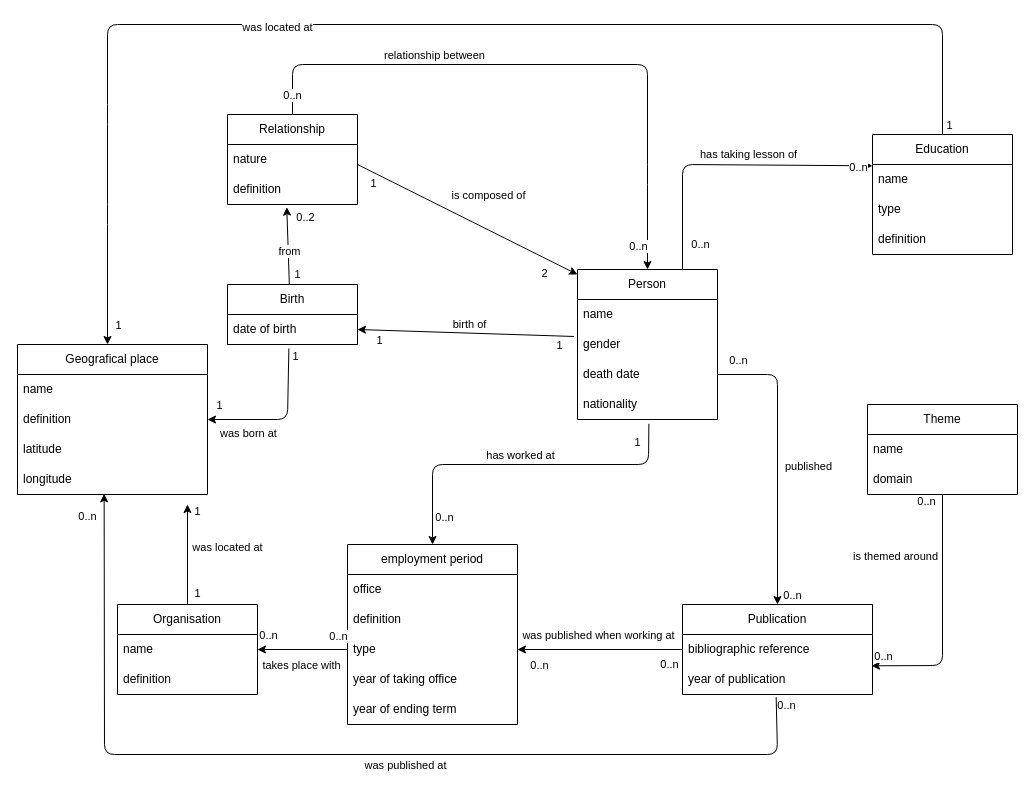
mroylem/archivist keeps this draw.io diagram as archivist.drawio. Above is the earlier version. Source tidied: cells renumbered, new cells numbered last; positions are measured from the earlier drawing's top-left corner, leaving out a move shared by most shapes. Both pictures are drawn from the tidied source at 100%, with x=0, y=0 at pixel (17, 24).
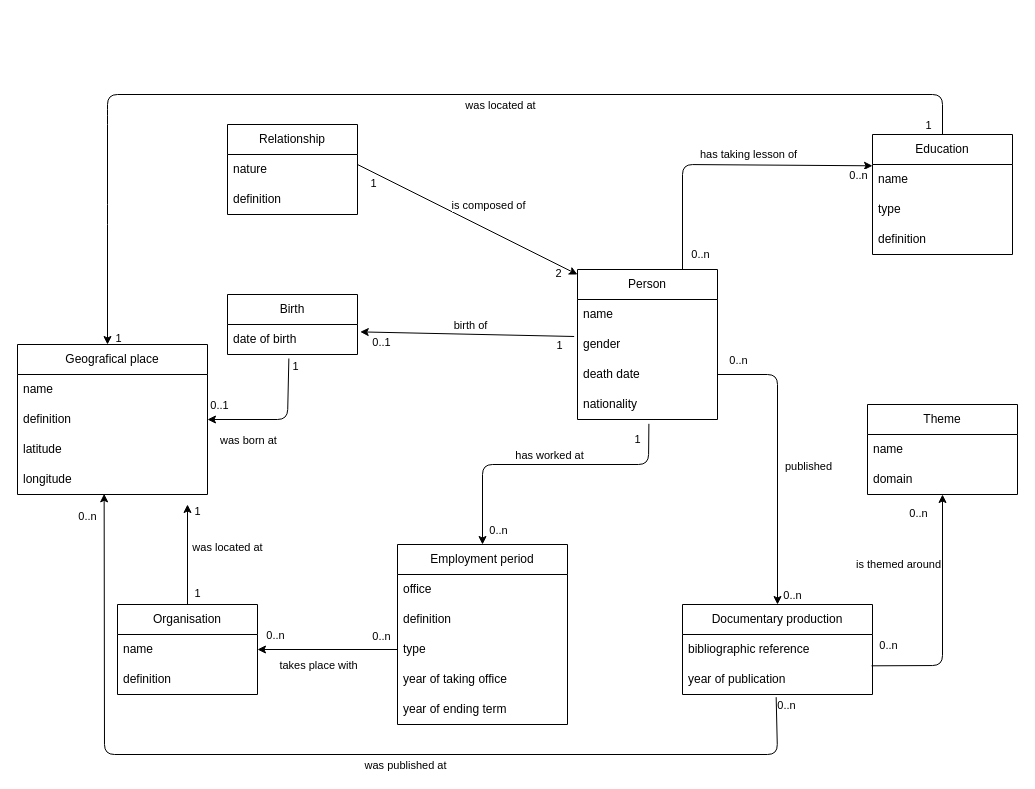
After the change.

Commit message (it also covers changes not shown here):
modification drawio et ajout doc .db

Unchanged cells that the change refers to:
```xml
<mxCell id="2" value="Person" style="swimlane;fontStyle=0;horizontal=1;startSize=30;whiteSpace=wrap;html=1;" parent="1" vertex="1">
  <mxGeometry x="560" y="245" width="140" height="150" as="geometry" />
</mxCell>
<mxCell id="4" value="gender" style="text;strokeColor=none;fillColor=none;align=left;verticalAlign=middle;spacingLeft=4;spacingRight=4;overflow=hidden;points=[[0,0.5],[1,0.5]];portConstraint=eastwest;whiteSpace=wrap;html=1;" parent="2" vertex="1">
  <mxGeometry y="60" width="140" height="30" as="geometry" />
</mxCell>
<mxCell id="6" value="nationality" style="text;strokeColor=none;fillColor=none;align=left;verticalAlign=middle;spacingLeft=4;spacingRight=4;overflow=hidden;points=[[0,0.5],[1,0.5]];portConstraint=eastwest;whiteSpace=wrap;html=1;" parent="2" vertex="1">
  <mxGeometry y="120" width="140" height="30" as="geometry" />
</mxCell>
<mxCell id="12" value="definition" style="text;strokeColor=none;fillColor=none;align=left;verticalAlign=middle;spacingLeft=4;spacingRight=4;overflow=hidden;points=[[0,0.5],[1,0.5]];portConstraint=eastwest;whiteSpace=wrap;html=1;" parent="10" vertex="1">
  <mxGeometry y="60" width="130" height="30" as="geometry" />
</mxCell>
<mxCell id="13" style="edgeStyle=none;html=1;exitX=1;exitY=0.5;exitDx=0;exitDy=0;entryX=0;entryY=0;entryDx=0;entryDy=0;" parent="1" edge="1">
  <mxGeometry relative="1" as="geometry">
    <mxPoint x="340" y="140" as="sourcePoint" />
    <mxPoint x="560" y="250" as="targetPoint" />
  </mxGeometry>
</mxCell>
<mxCell id="17" style="edgeStyle=none;html=1;entryX=0.021;entryY=0.044;entryDx=0;entryDy=0;entryPerimeter=0;exitX=0.75;exitY=0;exitDx=0;exitDy=0;" parent="1" edge="1" source="2">
  <mxGeometry relative="1" as="geometry">
    <mxPoint x="855" y="141.3" as="targetPoint" />
    <Array as="points">
      <mxPoint x="665" y="140" />
    </Array>
  </mxGeometry>
</mxCell>
<mxCell id="21" value="Education" style="swimlane;fontStyle=0;horizontal=1;startSize=30;whiteSpace=wrap;html=1;" parent="1" vertex="1">
  <mxGeometry x="855" y="110" width="140" height="120" as="geometry" />
</mxCell>
<mxCell id="32" value="type" style="text;strokeColor=none;fillColor=none;align=left;verticalAlign=middle;spacingLeft=4;spacingRight=4;overflow=hidden;points=[[0,0.5],[1,0.5]];portConstraint=eastwest;whiteSpace=wrap;html=1;" parent="29" vertex="1">
  <mxGeometry y="90" width="170" height="30" as="geometry" />
</mxCell>
<mxCell id="40" value="bibliographic reference" style="text;strokeColor=none;fillColor=none;align=left;verticalAlign=middle;spacingLeft=4;spacingRight=4;overflow=hidden;points=[[0,0.5],[1,0.5]];portConstraint=eastwest;whiteSpace=wrap;html=1;" parent="39" vertex="1">
  <mxGeometry y="30" width="190" height="30" as="geometry" />
</mxCell>
<mxCell id="41" value="year of publication" style="text;strokeColor=none;fillColor=none;align=left;verticalAlign=middle;spacingLeft=4;spacingRight=4;overflow=hidden;points=[[0,0.5],[1,0.5]];portConstraint=eastwest;whiteSpace=wrap;html=1;" parent="39" vertex="1">
  <mxGeometry y="60" width="190" height="30" as="geometry" />
</mxCell>
<mxCell id="56" value="date of birth" style="text;strokeColor=none;fillColor=none;align=left;verticalAlign=middle;spacingLeft=4;spacingRight=4;overflow=hidden;points=[[0,0.5],[1,0.5]];portConstraint=eastwest;whiteSpace=wrap;html=1;" parent="55" vertex="1">
  <mxGeometry y="30" width="130" height="30" as="geometry" />
</mxCell>
<mxCell id="65" style="edgeStyle=none;html=1;entryX=1;entryY=0.5;entryDx=0;entryDy=0;exitX=0.472;exitY=1.133;exitDx=0;exitDy=0;exitPerimeter=0;" parent="1" edge="1" source="56" target="52">
  <mxGeometry relative="1" as="geometry">
    <Array as="points">
      <mxPoint x="270" y="395" />
    </Array>
  </mxGeometry>
</mxCell>
<mxCell id="71" value="domain" style="text;strokeColor=none;fillColor=none;align=left;verticalAlign=middle;spacingLeft=4;spacingRight=4;overflow=hidden;points=[[0,0.5],[1,0.5]];portConstraint=eastwest;whiteSpace=wrap;html=1;" parent="69" vertex="1">
  <mxGeometry y="60" width="150" height="30" as="geometry" />
</mxCell>
```

What changed in the source:
```diff
@@
-    <mxCell id="7" value="1" style="edgeStyle=none;html=1;entryX=0.456;entryY=1.089;entryDx=0;entryDy=0;entryPerimeter=0;exitX=0.477;exitY=0.083;exitDx=0;exitDy=0;exitPerimeter=0;" parent="1" edge="1" source="55" target="12">
-      <mxGeometry x="-0.64" y="-8" relative="1" as="geometry" />
-    </mxCell>
-    <mxCell id="8" value="0..2" style="edgeLabel;html=1;align=center;verticalAlign=middle;" parent="7" vertex="1">
-      <mxGeometry x="0.56" y="-2" relative="1" as="geometry">
-        <mxPoint x="16" y="-8" as="offset" />
-      </mxGeometry>
-    </mxCell>
-    <mxCell id="9" value="from" style="edgeLabel;html=1;align=center;verticalAlign=middle;" parent="7" vertex="1">
-      <mxGeometry x="-0.36" relative="1" as="geometry">
-        <mxPoint y="-12" as="offset" />
-      </mxGeometry>
-    </mxCell>
     <mxCell id="10" value="Relationship" style="swimlane;fontStyle=0;horizontal=1;startSize=30;whiteSpace=wrap;html=1;" parent="1" vertex="1">
-      <mxGeometry x="210" y="90" width="130" height="90" as="geometry" />
+      <mxGeometry x="210" y="100" width="130" height="90" as="geometry" />
     </mxCell>
@@
     <mxCell id="15" value="2" style="edgeLabel;html=1;align=center;verticalAlign=middle;" parent="13" vertex="1">
       <mxGeometry x="0.8" y="-1" relative="1" as="geometry">
-        <mxPoint x="-11" y="9" as="offset" />
+        <mxPoint x="3" y="9" as="offset" />
       </mxGeometry>
     </mxCell>
     <mxCell id="16" value="is composed of" style="edgeLabel;html=1;align=center;verticalAlign=middle;rotation=0;" parent="13" vertex="1">
       <mxGeometry x="-0.15" y="1" relative="1" as="geometry">
-        <mxPoint x="36" y="-16" as="offset" />
+        <mxPoint x="36" y="-6" as="offset" />
       </mxGeometry>
     </mxCell>
@@
     <mxCell id="18" value="0..n" style="edgeLabel;html=1;align=center;verticalAlign=middle;" parent="17" vertex="1">
       <mxGeometry x="-0.82" y="1" relative="1" as="geometry">
-        <mxPoint x="18" y="1" as="offset" />
+        <mxPoint x="18" y="11" as="offset" />
       </mxGeometry>
     </mxCell>
     <mxCell id="19" value="0..n" style="edgeLabel;html=1;align=center;verticalAlign=middle;" parent="17" vertex="1">
       <mxGeometry x="0.79" y="1" relative="1" as="geometry">
-        <mxPoint x="16" y="2" as="offset" />
+        <mxPoint x="16" y="10" as="offset" />
       </mxGeometry>
     </mxCell>
@@
     <mxCell id="25" style="edgeStyle=none;html=1;entryX=0.5;entryY=0;entryDx=0;entryDy=0;exitX=0.5;exitY=0;exitDx=0;exitDy=0;" parent="1" edge="1" source="21">
       <mxGeometry relative="1" as="geometry">
         <mxPoint x="90" y="320" as="targetPoint" />
         <Array as="points">
-          <mxPoint x="925" />
-          <mxPoint x="90" />
+          <mxPoint x="925" y="70" />
+          <mxPoint x="90" y="70" />
           <mxPoint x="90" y="90" />
           <mxPoint x="90" y="190" />
         </Array>
       </mxGeometry>
     </mxCell>
@@
     <mxCell id="27" value="1" style="edgeLabel;html=1;align=center;verticalAlign=middle;" parent="25" vertex="1">
       <mxGeometry x="-0.81" y="-2" relative="1" as="geometry">
-        <mxPoint x="16" y="102" as="offset" />
+        <mxPoint x="52" y="32" as="offset" />
       </mxGeometry>
     </mxCell>
     <mxCell id="28" value="was located at" style="edgeLabel;html=1;align=center;verticalAlign=middle;" parent="25" vertex="1">
       <mxGeometry x="0.24" y="-4" relative="1" as="geometry">
-        <mxPoint x="8" y="6" as="offset" />
+        <mxPoint x="215" y="14" as="offset" />
       </mxGeometry>
     </mxCell>
-    <mxCell id="29" value="employment period" style="swimlane;fontStyle=0;horizontal=1;startSize=30;whiteSpace=wrap;html=1;" parent="1" vertex="1">
-      <mxGeometry x="330" y="520" width="170" height="180" as="geometry" />
+    <mxCell id="29" value="Employment period" style="swimlane;fontStyle=0;horizontal=1;startSize=30;whiteSpace=wrap;html=1;" parent="1" vertex="1">
+      <mxGeometry x="380" y="520" width="170" height="180" as="geometry" />
     </mxCell>
@@
     <mxCell id="35" style="endArrow=classic;html=1;entryX=0.5;entryY=0;entryDx=0;entryDy=0;exitX=0.51;exitY=1.144;exitDx=0;exitDy=0;exitPerimeter=0;" parent="1" edge="1" source="6" target="29">
       <mxGeometry relative="1" as="geometry">
         <Array as="points">
           <mxPoint x="631" y="440" />
-          <mxPoint x="415" y="440" />
+          <mxPoint x="465" y="440" />
         </Array>
       </mxGeometry>
     </mxCell>
@@
     <mxCell id="37" value="0..n" style="edgeLabel;html=1;align=center;verticalAlign=middle;" parent="35" vertex="1">
       <mxGeometry x="0.81" y="1" relative="1" as="geometry">
-        <mxPoint x="10" y="4" as="offset" />
+        <mxPoint x="14" y="13" as="offset" />
       </mxGeometry>
     </mxCell>
@@
-    <mxCell id="39" value="Publication" style="swimlane;fontStyle=0;horizontal=1;startSize=30;whiteSpace=wrap;html=1;" parent="1" vertex="1">
+    <mxCell id="39" value="Documentary production" style="swimlane;fontStyle=0;horizontal=1;startSize=30;whiteSpace=wrap;html=1;" parent="1" vertex="1">
       <mxGeometry x="665" y="580" width="190" height="90" as="geometry" />
     </mxCell>
@@
-    <mxCell id="46" style="edgeStyle=none;html=1;entryX=0.995;entryY=0.044;entryDx=0;entryDy=0;entryPerimeter=0;exitX=0.5;exitY=1;exitDx=0;exitDy=0;exitPerimeter=0;" parent="1" edge="1" source="71" target="41">
-      <mxGeometry relative="1" as="geometry">
-        <Array as="points">
-          <mxPoint x="925" y="641" />
-        </Array>
-      </mxGeometry>
-    </mxCell>
-    <mxCell id="47" value="0..n" style="edgeLabel;html=1;align=center;verticalAlign=middle;rotation=0;" parent="46" vertex="1">
-      <mxGeometry x="-0.47" y="-1" relative="1" as="geometry">
-        <mxPoint x="-16" y="-58" as="offset" />
-      </mxGeometry>
-    </mxCell>
-    <mxCell id="48" value="0..n" style="edgeLabel;html=1;align=center;verticalAlign=middle;rotation=0;" parent="46" vertex="1">
-      <mxGeometry x="0.56" relative="1" as="geometry">
-        <mxPoint x="-42" y="-10" as="offset" />
-      </mxGeometry>
-    </mxCell>
-    <mxCell id="49" value="is themed around" style="edgeLabel;html=1;align=center;verticalAlign=middle;rotation=0;" parent="46" vertex="1">
-      <mxGeometry x="0.22" y="-4" relative="1" as="geometry">
-        <mxPoint x="-44" y="-87" as="offset" />
-      </mxGeometry>
-    </mxCell>
@@
     <mxCell id="55" value="Birth" style="swimlane;fontStyle=0;horizontal=1;startSize=30;whiteSpace=wrap;html=1;" parent="1" vertex="1">
-      <mxGeometry x="210" y="260" width="130" height="60" as="geometry" />
+      <mxGeometry x="210" y="270" width="130" height="60" as="geometry" />
     </mxCell>
@@
-    <mxCell id="57" style="edgeStyle=none;html=1;exitX=-0.024;exitY=0.233;exitDx=0;exitDy=0;exitPerimeter=0;entryX=1;entryY=0.5;entryDx=0;entryDy=0;" parent="1" edge="1" source="4" target="56">
+    <mxCell id="57" style="edgeStyle=none;html=1;exitX=-0.024;exitY=0.233;exitDx=0;exitDy=0;exitPerimeter=0;entryX=1.021;entryY=0.246;entryDx=0;entryDy=0;entryPerimeter=0;" parent="1" edge="1" source="4" target="56">
       <mxGeometry relative="1" as="geometry" />
     </mxCell>
@@
-    <mxCell id="59" value="1" style="edgeLabel;html=1;align=center;verticalAlign=middle;" parent="57" vertex="1">
+    <mxCell id="59" value="0..1" style="edgeLabel;html=1;align=center;verticalAlign=middle;" parent="57" vertex="1">
       <mxGeometry x="0.7" y="1" relative="1" as="geometry">
         <mxPoint x="-11" y="8" as="offset" />
       </mxGeometry>
     </mxCell>
@@
-    <mxCell id="61" style="edgeStyle=none;html=1;exitX=0.5;exitY=0;exitDx=0;exitDy=0;entryX=0.5;entryY=0;entryDx=0;entryDy=0;" parent="1" edge="1" source="10" target="2">
-      <mxGeometry relative="1" as="geometry">
-        <Array as="points">
-          <mxPoint x="275" y="40" />
-          <mxPoint x="630" y="40" />
-          <mxPoint x="630" y="150" />
-        </Array>
-      </mxGeometry>
-    </mxCell>
-    <mxCell id="62" value="relationship between" style="edgeLabel;html=1;align=center;verticalAlign=middle;" parent="61" vertex="1">
-      <mxGeometry x="-0.54" y="-1" relative="1" as="geometry">
-        <mxPoint x="51" y="-11" as="offset" />
-      </mxGeometry>
-    </mxCell>
-    <mxCell id="63" value="0..n" style="edgeLabel;html=1;align=center;verticalAlign=middle;" parent="61" vertex="1">
-      <mxGeometry x="-0.71" y="-2" relative="1" as="geometry">
-        <mxPoint x="-39" y="28" as="offset" />
-      </mxGeometry>
-    </mxCell>
-    <mxCell id="64" value="0..n" style="edgeLabel;html=1;align=center;verticalAlign=middle;" parent="61" vertex="1">
-      <mxGeometry x="0.78" relative="1" as="geometry">
-        <mxPoint x="-10" y="43" as="offset" />
-      </mxGeometry>
-    </mxCell>
@@
-    <mxCell id="67" value="1" style="edgeLabel;html=1;align=center;verticalAlign=middle;" parent="65" vertex="1">
+    <mxCell id="67" value="0..1" style="edgeLabel;html=1;align=center;verticalAlign=middle;" parent="65" vertex="1">
       <mxGeometry x="0.85" y="-2" relative="1" as="geometry">
         <mxPoint y="-13" as="offset" />
       </mxGeometry>
     </mxCell>
@@
-    <mxCell id="76" style="edgeStyle=none;html=1;exitX=0;exitY=0.5;exitDx=0;exitDy=0;entryX=1;entryY=0.5;entryDx=0;entryDy=0;" parent="1" edge="1" source="40" target="32">
-      <mxGeometry relative="1" as="geometry" />
-    </mxCell>
-    <mxCell id="77" value="was published when working at" style="edgeLabel;html=1;align=center;verticalAlign=middle;" parent="76" vertex="1">
-      <mxGeometry x="-0.22" relative="1" as="geometry">
-        <mxPoint x="-21" y="-15" as="offset" />
-      </mxGeometry>
-    </mxCell>
-    <mxCell id="78" value="0..n" style="edgeLabel;html=1;align=center;verticalAlign=middle;" parent="76" vertex="1">
-      <mxGeometry x="-0.9" y="-2" relative="1" as="geometry">
-        <mxPoint x="-6" y="16" as="offset" />
-      </mxGeometry>
-    </mxCell>
-    <mxCell id="79" value="0..n" style="edgeLabel;html=1;align=center;verticalAlign=middle;" parent="76" vertex="1">
-      <mxGeometry x="0.92" y="1" relative="1" as="geometry">
-        <mxPoint x="14" y="14" as="offset" />
-      </mxGeometry>
-    </mxCell>
@@
+    <mxCell id="46" style="edgeStyle=none;html=1;entryX=0.5;entryY=1;entryDx=0;entryDy=0;entryPerimeter=0;exitX=0.995;exitY=0.044;exitDx=0;exitDy=0;exitPerimeter=0;" parent="1" edge="1" source="41" target="71">
+      <mxGeometry relative="1" as="geometry">
+        <Array as="points">
+          <mxPoint x="925" y="641" />
+        </Array>
+      </mxGeometry>
+    </mxCell>
+    <mxCell id="47" value="0..n" style="edgeLabel;html=1;align=center;verticalAlign=middle;rotation=0;" parent="46" vertex="1">
+      <mxGeometry x="-0.47" y="-1" relative="1" as="geometry">
+        <mxPoint x="-48" y="-22" as="offset" />
+      </mxGeometry>
+    </mxCell>
+    <mxCell id="48" value="0..n" style="edgeLabel;html=1;align=center;verticalAlign=middle;rotation=0;" parent="46" vertex="1">
+      <mxGeometry x="0.56" relative="1" as="geometry">
+        <mxPoint x="-25" y="-34" as="offset" />
+      </mxGeometry>
+    </mxCell>
+    <mxCell id="49" value="is themed around" style="edgeLabel;html=1;align=center;verticalAlign=middle;rotation=0;" parent="46" vertex="1">
+      <mxGeometry x="0.22" y="-4" relative="1" as="geometry">
+        <mxPoint x="-49" y="-24" as="offset" />
+      </mxGeometry>
+    </mxCell>
```
